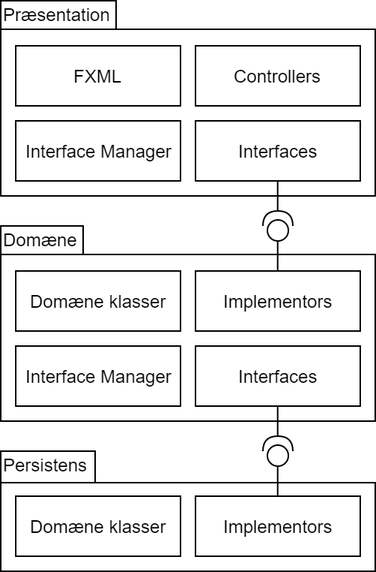
Above: docs/diagrams/DesignDiagrammer/Arkitektur/Arkitkektur_Overblik.png in SBangslund/SE02_Projekt (draw.io), before the change. Source tidied: cells renumbered, new cells last; positions are measured from the earlier drawing's top-left corner, leaving out a move shared by most shapes.
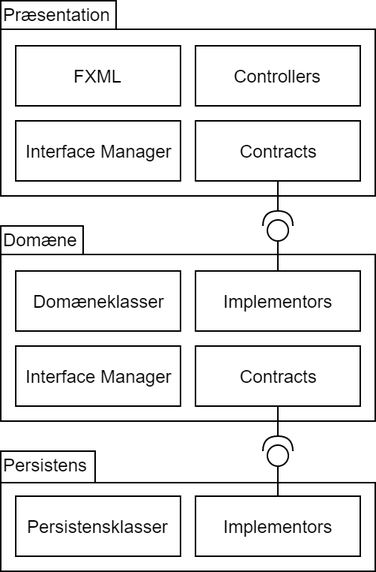
After the change.

What changed in the source:
```diff
@@ -14,7 +14,7 @@
     <mxCell id="5" style="edgeStyle=orthogonalEdgeStyle;rounded=0;jettySize=auto;html=1;exitX=0.5;exitY=1;exitDx=0;exitDy=0;entryX=1;entryY=0.5;entryDx=0;entryDy=0;entryPerimeter=0;endArrow=none;endFill=0;" parent="1" edge="1" source="6" target="22">
       <mxGeometry relative="1" as="geometry" />
     </mxCell>
-    <mxCell id="6" value="Interfaces" style="html=1;" parent="1" vertex="1">
+    <mxCell id="6" value="Contracts" style="html=1;" parent="1" vertex="1">
       <mxGeometry x="130" y="80" width="110" height="40" as="geometry" />
     </mxCell>
     <mxCell id="7" value="Controllers" style="html=1;" parent="1" vertex="1">
@@ -35,13 +35,13 @@
     <mxCell id="12" style="edgeStyle=orthogonalEdgeStyle;rounded=0;jettySize=auto;html=1;exitX=0.5;exitY=1;exitDx=0;exitDy=0;entryX=1;entryY=0.5;entryDx=0;entryDy=0;entryPerimeter=0;endArrow=none;endFill=0;" parent="1" edge="1" source="13" target="23">
       <mxGeometry relative="1" as="geometry" />
     </mxCell>
-    <mxCell id="13" value="Interfaces" style="html=1;" parent="1" vertex="1">
+    <mxCell id="13" value="Contracts&lt;br&gt;" style="html=1;" parent="1" vertex="1">
       <mxGeometry x="130" y="230" width="110" height="40" as="geometry" />
     </mxCell>
     <mxCell id="14" value="Implementors" style="html=1;" parent="1" vertex="1">
       <mxGeometry x="130" y="180" width="110" height="40" as="geometry" />
     </mxCell>
-    <mxCell id="15" value="Domæne klasser" style="html=1;" parent="1" vertex="1">
+    <mxCell id="15" value="Domæneklasser" style="html=1;" parent="1" vertex="1">
       <mxGeometry x="10" y="180" width="110" height="40" as="geometry" />
     </mxCell>
     <mxCell id="16" style="shape=folder;fontStyle=1;spacingTop=10;tabWidth=63;tabHeight=21;tabPosition=left;html=1;" parent="1" vertex="1">
@@ -53,7 +53,7 @@
     <mxCell id="18" value="Implementors" style="html=1;" parent="1" vertex="1">
       <mxGeometry x="130" y="330" width="110" height="40" as="geometry" />
     </mxCell>
-    <mxCell id="19" value="Domæne klasser" style="html=1;" parent="1" vertex="1">
+    <mxCell id="19" value="Persistensklasser" style="html=1;" parent="1" vertex="1">
       <mxGeometry x="10" y="330" width="110" height="40" as="geometry" />
     </mxCell>
     <mxCell id="20" value="Persistens" style="text;html=1;align=left;verticalAlign=top;spacingTop=-4;" parent="1" vertex="1">
```
